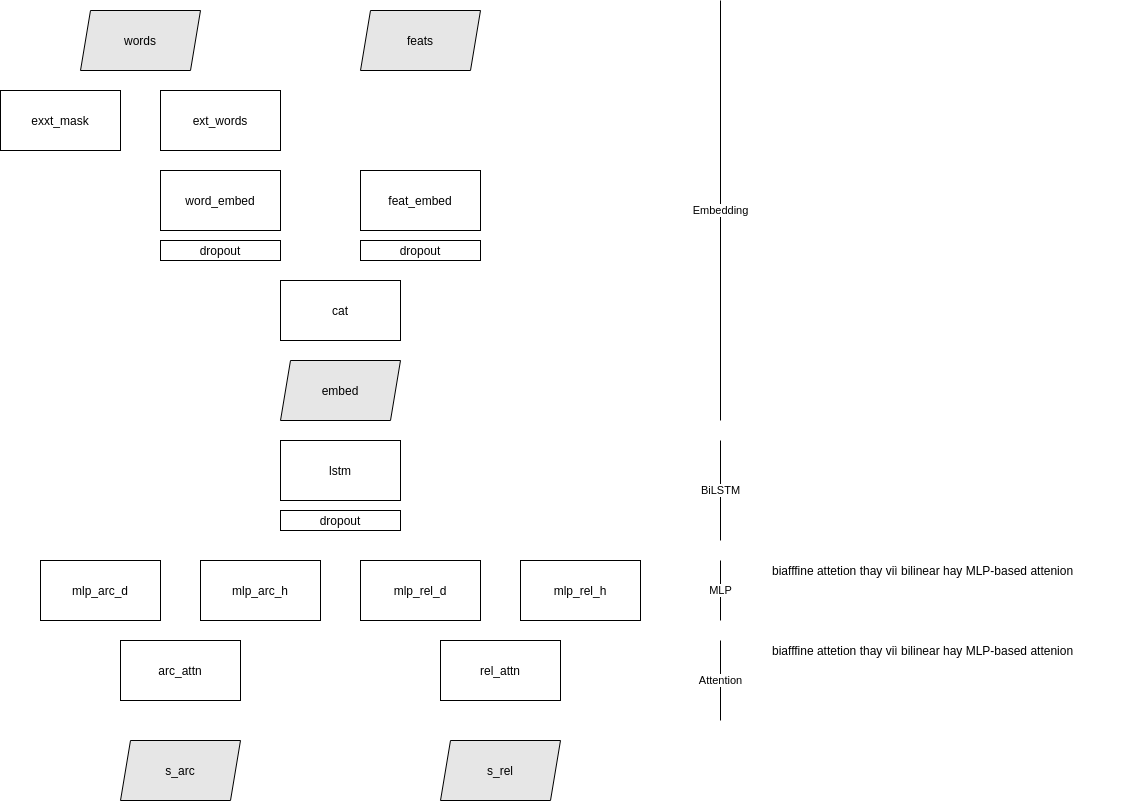
The draw.io diagram wip_vlsp2020_dp/img/biaffine_attention_dependency_parsing.png in undertheseanlp/playground, before a commit. Source tidied: cells renumbered, new cells last; positions are measured from the earlier drawing's top-left corner, leaving out a move shared by most shapes.
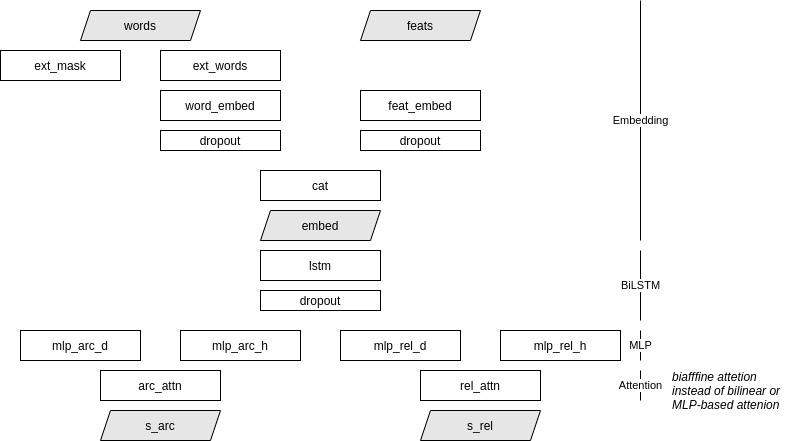
Above is the later version.

The edit, as a diff of the source:
```diff
@@ -2,95 +2,92 @@
   <root>
     <mxCell id="0" />
     <mxCell id="1" parent="0" />
-    <mxCell id="2" value="exxt_mask" style="rounded=1;whiteSpace=wrap;html=1;arcSize=0;" parent="1" vertex="1">
-      <mxGeometry y="90" width="120" height="60" as="geometry" />
+    <mxCell id="2" value="ext_mask" style="rounded=1;whiteSpace=wrap;html=1;arcSize=0;" parent="1" vertex="1">
+      <mxGeometry x="-80" y="50" width="120" height="30" as="geometry" />
     </mxCell>
     <mxCell id="3" value="ext_words" style="rounded=1;whiteSpace=wrap;html=1;arcSize=0;" parent="1" vertex="1">
-      <mxGeometry x="160" y="90" width="120" height="60" as="geometry" />
+      <mxGeometry x="80" y="50" width="120" height="30" as="geometry" />
     </mxCell>
     <mxCell id="4" value="word_embed" style="rounded=1;whiteSpace=wrap;html=1;arcSize=0;" parent="1" vertex="1">
-      <mxGeometry x="160" y="170" width="120" height="60" as="geometry" />
+      <mxGeometry x="80" y="90" width="120" height="30" as="geometry" />
     </mxCell>
     <mxCell id="5" value="feat_embed" style="rounded=1;whiteSpace=wrap;html=1;arcSize=0;" parent="1" vertex="1">
-      <mxGeometry x="360" y="170" width="120" height="60" as="geometry" />
+      <mxGeometry x="280" y="90" width="120" height="30" as="geometry" />
     </mxCell>
     <mxCell id="6" value="cat" style="rounded=1;whiteSpace=wrap;html=1;arcSize=0;" parent="1" vertex="1">
-      <mxGeometry x="280" y="280" width="120" height="60" as="geometry" />
+      <mxGeometry x="180" y="170" width="120" height="30" as="geometry" />
     </mxCell>
     <mxCell id="7" value="&lt;span&gt;words&lt;/span&gt;" style="shape=parallelogram;perimeter=parallelogramPerimeter;whiteSpace=wrap;html=1;fixedSize=1;size=10;fillColor=#E6E6E6;" parent="1" vertex="1">
-      <mxGeometry x="80" y="10" width="120" height="60" as="geometry" />
+      <mxGeometry y="10" width="120" height="30" as="geometry" />
     </mxCell>
     <mxCell id="8" value="&lt;span&gt;feats&lt;/span&gt;" style="shape=parallelogram;perimeter=parallelogramPerimeter;whiteSpace=wrap;html=1;fixedSize=1;size=10;fillColor=#E6E6E6;" parent="1" vertex="1">
-      <mxGeometry x="360" y="10" width="120" height="60" as="geometry" />
+      <mxGeometry x="280" y="10" width="120" height="30" as="geometry" />
     </mxCell>
     <mxCell id="9" value="&lt;span&gt;embed&lt;/span&gt;" style="shape=parallelogram;perimeter=parallelogramPerimeter;whiteSpace=wrap;html=1;fixedSize=1;size=10;fillColor=#E6E6E6;" parent="1" vertex="1">
-      <mxGeometry x="280" y="360" width="120" height="60" as="geometry" />
+      <mxGeometry x="180" y="210" width="120" height="30" as="geometry" />
     </mxCell>
     <mxCell id="10" value="lstm" style="rounded=1;whiteSpace=wrap;html=1;arcSize=0;" parent="1" vertex="1">
-      <mxGeometry x="280" y="440" width="120" height="60" as="geometry" />
+      <mxGeometry x="180" y="250" width="120" height="30" as="geometry" />
     </mxCell>
     <mxCell id="11" value="dropout" style="rounded=1;whiteSpace=wrap;html=1;arcSize=0;" parent="1" vertex="1">
-      <mxGeometry x="160" y="240" width="120" height="20" as="geometry" />
+      <mxGeometry x="80" y="130" width="120" height="20" as="geometry" />
     </mxCell>
     <mxCell id="12" value="dropout" style="rounded=1;whiteSpace=wrap;html=1;arcSize=0;" parent="1" vertex="1">
-      <mxGeometry x="360" y="240" width="120" height="20" as="geometry" />
+      <mxGeometry x="280" y="130" width="120" height="20" as="geometry" />
     </mxCell>
     <mxCell id="13" value="dropout" style="rounded=1;whiteSpace=wrap;html=1;arcSize=0;" parent="1" vertex="1">
-      <mxGeometry x="280" y="510" width="120" height="20" as="geometry" />
+      <mxGeometry x="180" y="290" width="120" height="20" as="geometry" />
     </mxCell>
     <mxCell id="14" value="mlp_arc_d" style="rounded=1;whiteSpace=wrap;html=1;arcSize=0;" parent="1" vertex="1">
-      <mxGeometry x="40" y="560" width="120" height="60" as="geometry" />
+      <mxGeometry x="-60" y="330" width="120" height="30" as="geometry" />
     </mxCell>
     <mxCell id="15" value="mlp_arc_h" style="rounded=1;whiteSpace=wrap;html=1;arcSize=0;" parent="1" vertex="1">
-      <mxGeometry x="200" y="560" width="120" height="60" as="geometry" />
+      <mxGeometry x="100" y="330" width="120" height="30" as="geometry" />
     </mxCell>
     <mxCell id="16" value="mlp_rel_d" style="rounded=1;whiteSpace=wrap;html=1;arcSize=0;" parent="1" vertex="1">
-      <mxGeometry x="360" y="560" width="120" height="60" as="geometry" />
+      <mxGeometry x="260" y="330" width="120" height="30" as="geometry" />
     </mxCell>
     <mxCell id="17" value="mlp_rel_h" style="rounded=1;whiteSpace=wrap;html=1;arcSize=0;" parent="1" vertex="1">
-      <mxGeometry x="520" y="560" width="120" height="60" as="geometry" />
+      <mxGeometry x="420" y="330" width="120" height="30" as="geometry" />
     </mxCell>
     <mxCell id="18" value="arc_attn" style="rounded=1;whiteSpace=wrap;html=1;arcSize=0;" parent="1" vertex="1">
-      <mxGeometry x="120" y="640" width="120" height="60" as="geometry" />
+      <mxGeometry x="20" y="370" width="120" height="30" as="geometry" />
     </mxCell>
     <mxCell id="19" value="rel_attn" style="rounded=1;whiteSpace=wrap;html=1;arcSize=0;" parent="1" vertex="1">
-      <mxGeometry x="440" y="640" width="120" height="60" as="geometry" />
+      <mxGeometry x="340" y="370" width="120" height="30" as="geometry" />
     </mxCell>
     <mxCell id="20" value="&lt;span&gt;s_arc&lt;/span&gt;" style="shape=parallelogram;perimeter=parallelogramPerimeter;whiteSpace=wrap;html=1;fixedSize=1;size=10;fillColor=#E6E6E6;" parent="1" vertex="1">
-      <mxGeometry x="120" y="740" width="120" height="60" as="geometry" />
+      <mxGeometry x="20" y="410" width="120" height="30" as="geometry" />
     </mxCell>
     <mxCell id="21" value="s_rel" style="shape=parallelogram;perimeter=parallelogramPerimeter;whiteSpace=wrap;html=1;fixedSize=1;size=10;fillColor=#E6E6E6;" parent="1" vertex="1">
-      <mxGeometry x="440" y="740" width="120" height="60" as="geometry" />
+      <mxGeometry x="340" y="410" width="120" height="30" as="geometry" />
     </mxCell>
     <mxCell id="22" value="Embedding" style="endArrow=none;html=1;" parent="1" edge="1">
       <mxGeometry relative="1" as="geometry">
-        <mxPoint x="720" y="420" as="sourcePoint" />
-        <mxPoint x="720" as="targetPoint" />
+        <mxPoint x="560" y="240" as="sourcePoint" />
+        <mxPoint x="560" as="targetPoint" />
       </mxGeometry>
     </mxCell>
     <mxCell id="23" value="BiLSTM" style="endArrow=none;html=1;" parent="1" edge="1">
       <mxGeometry relative="1" as="geometry">
-        <mxPoint x="720" y="540" as="sourcePoint" />
-        <mxPoint x="720" y="440" as="targetPoint" />
+        <mxPoint x="560" y="320" as="sourcePoint" />
+        <mxPoint x="560" y="250" as="targetPoint" />
       </mxGeometry>
     </mxCell>
     <mxCell id="24" value="MLP" style="endArrow=none;html=1;" parent="1" edge="1">
       <mxGeometry relative="1" as="geometry">
-        <mxPoint x="720" y="620" as="sourcePoint" />
-        <mxPoint x="720" y="560" as="targetPoint" />
+        <mxPoint x="560" y="360" as="sourcePoint" />
+        <mxPoint x="560" y="330" as="targetPoint" />
       </mxGeometry>
     </mxCell>
     <mxCell id="25" value="Attention" style="endArrow=none;html=1;" parent="1" edge="1">
       <mxGeometry relative="1" as="geometry">
-        <mxPoint x="720" y="720" as="sourcePoint" />
-        <mxPoint x="720" y="640" as="targetPoint" />
+        <mxPoint x="560" y="400" as="sourcePoint" />
+        <mxPoint x="560" y="370" as="targetPoint" />
       </mxGeometry>
     </mxCell>
-    <mxCell id="26" value="biafffine attetion thay viì bilinear hay MLP-based attenion" style="text;html=1;strokeColor=none;fillColor=none;align=left;verticalAlign=middle;whiteSpace=wrap;rounded=0;" parent="1" vertex="1">
-      <mxGeometry x="770" y="640" width="370" height="20" as="geometry" />
+    <mxCell id="26" value="biafffine attetion instead of bilinear or MLP-based attenion" style="text;html=1;strokeColor=none;fillColor=none;align=left;verticalAlign=middle;whiteSpace=wrap;rounded=0;fontStyle=2;" parent="1" vertex="1">
+      <mxGeometry x="590" y="370" width="120" height="40" as="geometry" />
     </mxCell>
-    <mxCell id="27" value="biafffine attetion thay viì bilinear hay MLP-based attenion" style="text;html=1;strokeColor=none;fillColor=none;align=left;verticalAlign=middle;whiteSpace=wrap;rounded=0;" parent="1" vertex="1">
-      <mxGeometry x="770" y="560" width="370" height="20" as="geometry" />
-    </mxCell>
   </root>
 </mxGraphModel>
```
